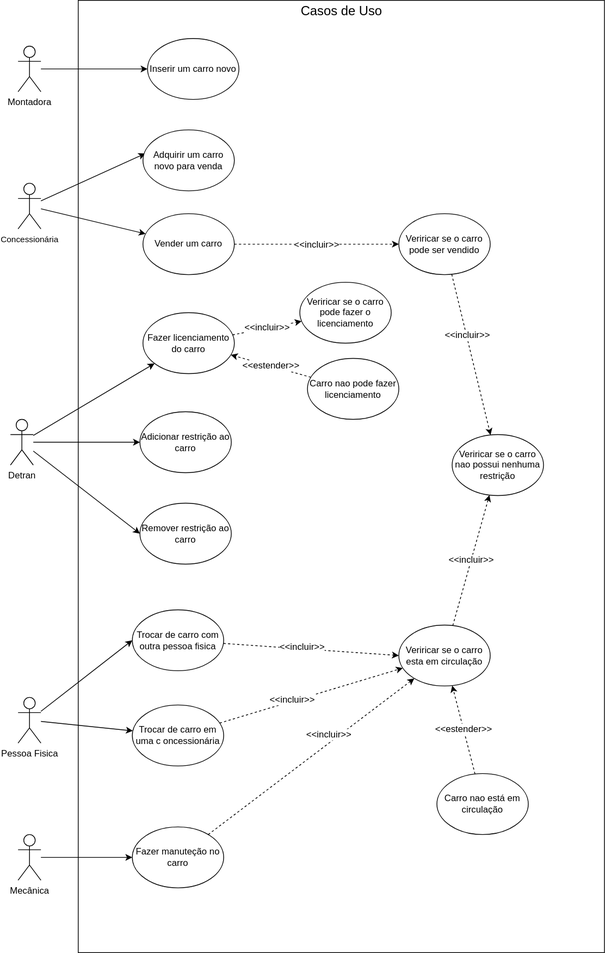
Earlier version of the draw.io export docs/diagrams/uml/use_cases.drawio.svg (yurihartmann/car_lifes_cycle_hyperledger_fabric). Source tidied: cells renumbered, new cells last; positions are measured from the earlier drawing's top-left corner, leaving out a move shared by most shapes.
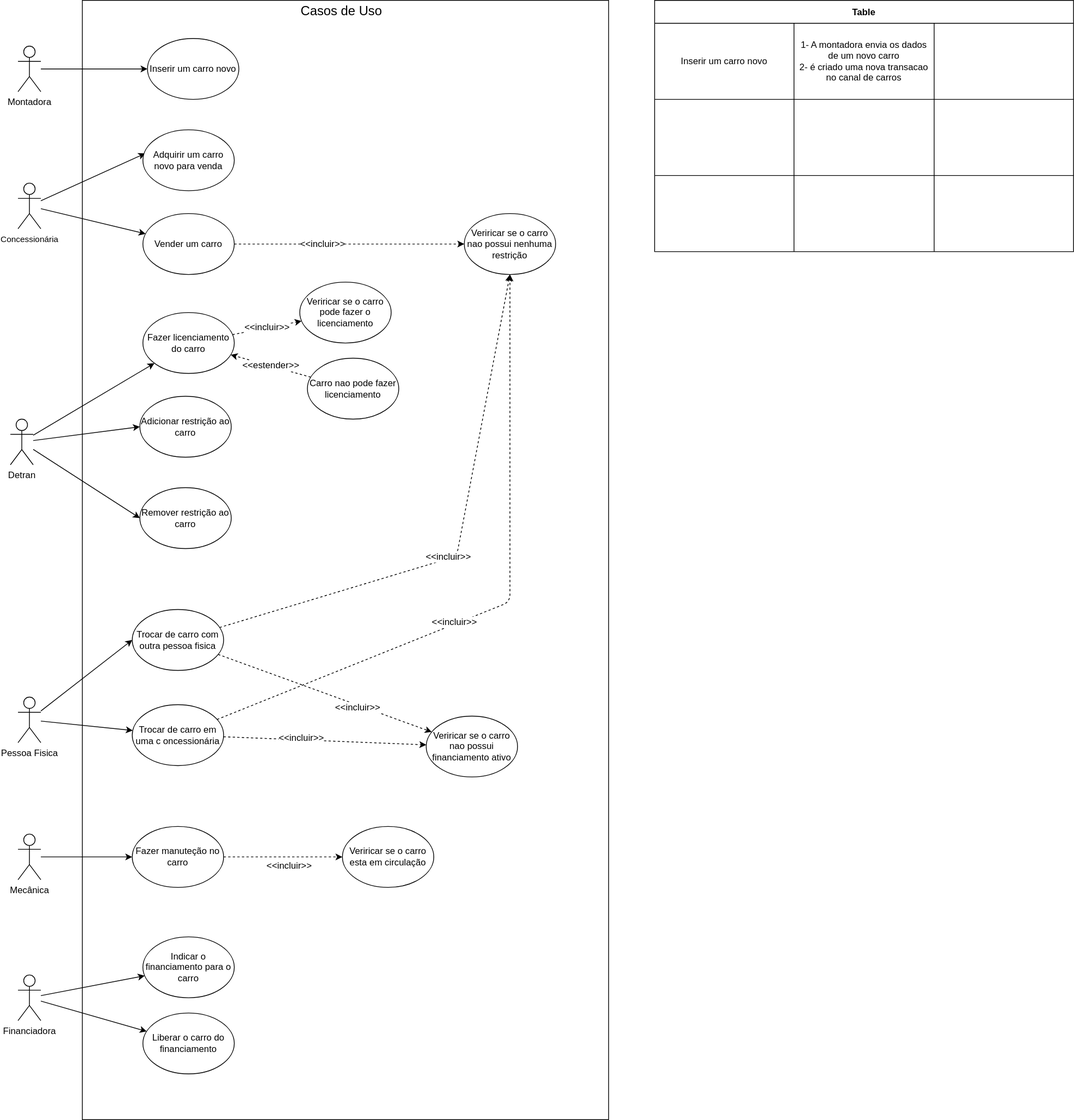
The same file after the commit.

Commit message:
Ajustes UML

Change to the diagram source:
```diff
@@ -3,7 +3,7 @@
     <mxCell id="0" />
     <mxCell id="1" parent="0" />
     <mxCell id="2" style="rounded=0;whiteSpace=wrap;html=1;" parent="1" vertex="1">
-      <mxGeometry x="89" width="691" height="1250" as="geometry" />
+      <mxGeometry x="94.5" width="691" height="1470" as="geometry" />
     </mxCell>
     <mxCell id="3" value="&lt;font style=&quot;font-size: 17px;&quot;&gt;Casos de Uso&lt;/font&gt;" style="text;html=1;strokeColor=none;fillColor=none;align=center;verticalAlign=middle;whiteSpace=wrap;rounded=0;" parent="1" vertex="1">
       <mxGeometry x="369.5" width="130" height="30" as="geometry" />
@@ -41,12 +41,12 @@
     <mxCell id="14" value="Mecânica" style="shape=umlActor;verticalLabelPosition=bottom;verticalAlign=top;html=1;outlineConnect=0;" parent="1" vertex="1">
       <mxGeometry x="10" y="1095" width="30" height="60" as="geometry" />
     </mxCell>
-    <mxCell id="15" style="edgeStyle=none;html=1;dashed=1;fontSize=12;" parent="1" edge="1" source="17" target="28">
+    <mxCell id="15" style="edgeStyle=none;html=1;dashed=1;fontSize=12;entryX=0;entryY=0.5;entryDx=0;entryDy=0;" parent="1" edge="1" source="17" target="28">
       <mxGeometry relative="1" as="geometry" />
     </mxCell>
     <mxCell id="16" value="&amp;lt;&amp;lt;incluir&amp;gt;&amp;gt;" style="edgeLabel;html=1;align=center;verticalAlign=middle;fontSize=12;" parent="15" vertex="1">
       <mxGeometry x="0.28" y="2" relative="1" as="geometry">
-        <mxPoint x="-15" y="2" as="offset" />
+        <mxPoint x="-15" y="13" as="offset" />
       </mxGeometry>
     </mxCell>
     <mxCell id="17" value="Fazer manuteção no carro" style="ellipse;whiteSpace=wrap;html=1;" parent="1" vertex="1">
@@ -61,30 +61,18 @@
     <mxCell id="20" value="&lt;span style=&quot;font-size: 11px; background-color: rgb(255, 255, 255);&quot;&gt;Concessionária&lt;/span&gt;" style="shape=umlActor;verticalLabelPosition=bottom;verticalAlign=top;html=1;outlineConnect=0;" parent="1" vertex="1">
       <mxGeometry x="10" y="240" width="30" height="60" as="geometry" />
     </mxCell>
-    <mxCell id="21" value="&lt;font style=&quot;font-size: 12px;&quot;&gt;&amp;lt;&amp;lt;incluir&amp;gt;&amp;gt;&lt;/font&gt;" style="edgeStyle=none;html=1;fontSize=17;dashed=1;" parent="1" edge="1" source="22" target="26">
-      <mxGeometry relative="1" as="geometry" />
-    </mxCell>
     <mxCell id="22" value="Vender um carro" style="ellipse;whiteSpace=wrap;html=1;" parent="1" vertex="1">
       <mxGeometry x="174" y="280" width="120" height="80" as="geometry" />
     </mxCell>
     <mxCell id="23" value="Adquirir um carro novo para venda" style="ellipse;whiteSpace=wrap;html=1;" parent="1" vertex="1">
       <mxGeometry x="174" y="170" width="120" height="80" as="geometry" />
     </mxCell>
-    <mxCell id="24" style="edgeStyle=none;html=1;dashed=1;fontSize=12;" parent="1" edge="1" source="26" target="39">
+    <mxCell id="24" style="edgeStyle=none;html=1;dashed=1;fontSize=12;exitX=1;exitY=0.5;exitDx=0;exitDy=0;" parent="1" edge="1" source="22" target="39">
       <mxGeometry relative="1" as="geometry" />
     </mxCell>
     <mxCell id="25" value="&amp;lt;&amp;lt;incluir&amp;gt;&amp;gt;" style="edgeLabel;html=1;align=center;verticalAlign=middle;fontSize=12;" parent="24" vertex="1">
       <mxGeometry x="-0.24" y="1" relative="1" as="geometry" />
     </mxCell>
-    <mxCell id="26" value="Veriricar se o carro pode ser vendido" style="ellipse;whiteSpace=wrap;html=1;" parent="1" vertex="1">
-      <mxGeometry x="510" y="280" width="120" height="80" as="geometry" />
-    </mxCell>
-    <mxCell id="27" value="&amp;lt;&amp;lt;incluir&amp;gt;&amp;gt;" style="edgeStyle=none;html=1;dashed=1;fontSize=12;" parent="1" edge="1" source="28" target="39">
-      <mxGeometry relative="1" as="geometry" />
-    </mxCell>
-    <mxCell id="28" value="Veriricar se o carro esta em circulação" style="ellipse;whiteSpace=wrap;html=1;" parent="1" vertex="1">
-      <mxGeometry x="510" y="820" width="120" height="80" as="geometry" />
-    </mxCell>
     <mxCell id="29" value="Veriricar se o carro pode fazer o licenciamento" style="ellipse;whiteSpace=wrap;html=1;" parent="1" vertex="1">
       <mxGeometry x="380" y="370" width="120" height="80" as="geometry" />
     </mxCell>
@@ -97,38 +85,52 @@
     <mxCell id="32" value="Pessoa Fisica" style="shape=umlActor;verticalLabelPosition=bottom;verticalAlign=top;html=1;outlineConnect=0;" parent="1" vertex="1">
       <mxGeometry x="10" y="915" width="30" height="60" as="geometry" />
     </mxCell>
-    <mxCell id="33" style="edgeStyle=none;html=1;entryX=0;entryY=0.5;entryDx=0;entryDy=0;dashed=1;fontSize=12;" parent="1" edge="1" source="35" target="28">
-      <mxGeometry relative="1" as="geometry" />
+    <mxCell id="33" style="edgeStyle=none;html=1;entryX=0.5;entryY=1;entryDx=0;entryDy=0;dashed=1;fontSize=12;" parent="1" edge="1" source="35" target="39">
+      <mxGeometry relative="1" as="geometry">
+        <Array as="points">
+          <mxPoint x="586" y="730" />
+        </Array>
+      </mxGeometry>
     </mxCell>
     <mxCell id="34" value="&amp;lt;&amp;lt;incluir&amp;gt;&amp;gt;" style="edgeLabel;html=1;align=center;verticalAlign=middle;fontSize=12;" parent="33" vertex="1">
       <mxGeometry x="-0.1" y="3" relative="1" as="geometry" />
     </mxCell>
+    <mxCell id="46" style="edgeStyle=none;html=1;dashed=1;" parent="1" edge="1" source="35" target="63">
+      <mxGeometry relative="1" as="geometry" />
+    </mxCell>
+    <mxCell id="47" value="&lt;span style=&quot;font-size: 12px;&quot;&gt;&amp;lt;&amp;lt;incluir&amp;gt;&amp;gt;&lt;/span&gt;" style="edgeLabel;html=1;align=center;verticalAlign=middle;" parent="46" vertex="1">
+      <mxGeometry x="0.31" y="-3" relative="1" as="geometry" />
+    </mxCell>
     <mxCell id="35" value="Trocar de carro com outra pessoa fisica" style="ellipse;whiteSpace=wrap;html=1;" parent="1" vertex="1">
       <mxGeometry x="160" y="800" width="120" height="80" as="geometry" />
     </mxCell>
-    <mxCell id="36" style="edgeStyle=none;html=1;dashed=1;fontSize=12;" parent="1" edge="1" source="38" target="28">
-      <mxGeometry relative="1" as="geometry" />
+    <mxCell id="36" style="edgeStyle=none;html=1;dashed=1;fontSize=12;entryX=0.5;entryY=1;entryDx=0;entryDy=0;" parent="1" edge="1" source="38" target="39">
+      <mxGeometry relative="1" as="geometry">
+        <Array as="points">
+          <mxPoint x="656" y="790" />
+        </Array>
+      </mxGeometry>
     </mxCell>
     <mxCell id="37" value="&amp;lt;&amp;lt;incluir&amp;gt;&amp;gt;" style="edgeLabel;html=1;align=center;verticalAlign=middle;fontSize=12;" parent="36" vertex="1">
       <mxGeometry x="-0.2" y="3" relative="1" as="geometry" />
     </mxCell>
+    <mxCell id="48" style="edgeStyle=none;html=1;dashed=1;" parent="1" edge="1" source="38" target="63">
+      <mxGeometry relative="1" as="geometry" />
+    </mxCell>
+    <mxCell id="49" value="&lt;span style=&quot;font-size: 12px;&quot;&gt;&amp;lt;&amp;lt;incluir&amp;gt;&amp;gt;&lt;/span&gt;" style="edgeLabel;html=1;align=center;verticalAlign=middle;" parent="48" vertex="1">
+      <mxGeometry x="-0.24" y="3" relative="1" as="geometry" />
+    </mxCell>
     <mxCell id="38" value="Trocar de carro em uma c&lt;span style=&quot;background-color: rgb(255, 255, 255);&quot;&gt;&lt;font style=&quot;font-size: 12px;&quot;&gt;oncessionária&lt;/font&gt;&lt;/span&gt;" style="ellipse;whiteSpace=wrap;html=1;" parent="1" vertex="1">
       <mxGeometry x="160" y="925" width="120" height="80" as="geometry" />
     </mxCell>
     <mxCell id="39" value="Veriricar se o carro nao possui nenhuma restrição" style="ellipse;whiteSpace=wrap;html=1;" parent="1" vertex="1">
-      <mxGeometry x="580" y="570" width="120" height="80" as="geometry" />
+      <mxGeometry x="596" y="280" width="120" height="80" as="geometry" />
     </mxCell>
-    <mxCell id="40" value="&amp;lt;&amp;lt;estender&amp;gt;&amp;gt;" style="edgeStyle=none;html=1;dashed=1;fontSize=12;" parent="1" edge="1" source="41" target="28">
-      <mxGeometry relative="1" as="geometry" />
-    </mxCell>
-    <mxCell id="41" value="Carro nao está em circulação" style="ellipse;whiteSpace=wrap;html=1;" parent="1" vertex="1">
-      <mxGeometry x="560" y="1015" width="120" height="80" as="geometry" />
-    </mxCell>
     <mxCell id="42" value="Adicionar restrição ao carro" style="ellipse;whiteSpace=wrap;html=1;" parent="1" vertex="1">
-      <mxGeometry x="170" y="540" width="120" height="80" as="geometry" />
+      <mxGeometry x="170" y="520" width="120" height="80" as="geometry" />
     </mxCell>
     <mxCell id="43" value="Remover restrição ao carro" style="ellipse;whiteSpace=wrap;html=1;" parent="1" vertex="1">
-      <mxGeometry x="170" y="660" width="120" height="80" as="geometry" />
+      <mxGeometry x="170" y="640" width="120" height="80" as="geometry" />
     </mxCell>
     <mxCell id="44" value="&amp;lt;&amp;lt;estender&amp;gt;&amp;gt;" style="edgeStyle=none;html=1;dashed=1;fontSize=12;" parent="1" edge="1" source="45" target="12">
       <mxGeometry relative="1" as="geometry" />
@@ -136,5 +138,65 @@
     <mxCell id="45" value="Carro nao pode fazer licenciamento" style="ellipse;whiteSpace=wrap;html=1;" parent="1" vertex="1">
       <mxGeometry x="390" y="470" width="120" height="80" as="geometry" />
     </mxCell>
+    <mxCell id="50" value="Table" style="shape=table;startSize=30;fontStyle=1;align=center;" parent="1" vertex="1">
+      <mxGeometry x="846" width="550" height="330" as="geometry" />
+    </mxCell>
+    <mxCell id="51" style="shape=tableRow;horizontal=0;startSize=0;swimlaneHead=0;swimlaneBody=0;top=0;left=0;bottom=0;right=0;fillColor=none;" parent="50" vertex="1">
+      <mxGeometry y="30" width="550" height="100" as="geometry" />
+    </mxCell>
+    <mxCell id="52" value="Inserir um carro novo" style="shape=partialRectangle;html=1;whiteSpace=wrap;fillColor=none;top=0;left=0;bottom=0;right=0;overflow=hidden;" parent="51" vertex="1">
+      <mxGeometry width="183" height="100" as="geometry" />
+    </mxCell>
+    <mxCell id="53" value="1- A montadora envia os dados de um novo carro&lt;br&gt;2- é criado uma nova transacao no canal de carros" style="shape=partialRectangle;html=1;whiteSpace=wrap;fillColor=none;top=0;left=0;bottom=0;right=0;overflow=hidden;" parent="51" vertex="1">
+      <mxGeometry x="183" width="184" height="100" as="geometry" />
+    </mxCell>
+    <mxCell id="54" style="shape=partialRectangle;html=1;whiteSpace=wrap;fillColor=none;top=0;left=0;bottom=0;right=0;overflow=hidden;" parent="51" vertex="1">
+      <mxGeometry x="367" width="183" height="100" as="geometry" />
+    </mxCell>
+    <mxCell id="55" style="shape=tableRow;horizontal=0;startSize=0;swimlaneHead=0;swimlaneBody=0;top=0;left=0;bottom=0;right=0;fillColor=none;" parent="50" vertex="1">
+      <mxGeometry y="130" width="550" height="100" as="geometry" />
+    </mxCell>
+    <mxCell id="56" style="shape=partialRectangle;html=1;whiteSpace=wrap;fillColor=none;top=0;left=0;bottom=0;right=0;overflow=hidden;" parent="55" vertex="1">
+      <mxGeometry width="183" height="100" as="geometry" />
+    </mxCell>
+    <mxCell id="57" style="shape=partialRectangle;html=1;whiteSpace=wrap;fillColor=none;top=0;left=0;bottom=0;right=0;overflow=hidden;" parent="55" vertex="1">
+      <mxGeometry x="183" width="184" height="100" as="geometry" />
+    </mxCell>
+    <mxCell id="58" style="shape=partialRectangle;html=1;whiteSpace=wrap;fillColor=none;top=0;left=0;bottom=0;right=0;overflow=hidden;" parent="55" vertex="1">
+      <mxGeometry x="367" width="183" height="100" as="geometry" />
+    </mxCell>
+    <mxCell id="59" style="shape=tableRow;horizontal=0;startSize=0;swimlaneHead=0;swimlaneBody=0;top=0;left=0;bottom=0;right=0;fillColor=none;" parent="50" vertex="1">
+      <mxGeometry y="230" width="550" height="100" as="geometry" />
+    </mxCell>
+    <mxCell id="60" style="shape=partialRectangle;html=1;whiteSpace=wrap;fillColor=none;top=0;left=0;bottom=0;right=0;overflow=hidden;" parent="59" vertex="1">
+      <mxGeometry width="183" height="100" as="geometry" />
+    </mxCell>
+    <mxCell id="61" style="shape=partialRectangle;html=1;whiteSpace=wrap;fillColor=none;top=0;left=0;bottom=0;right=0;overflow=hidden;" parent="59" vertex="1">
+      <mxGeometry x="183" width="184" height="100" as="geometry" />
+    </mxCell>
+    <mxCell id="62" style="shape=partialRectangle;html=1;whiteSpace=wrap;fillColor=none;top=0;left=0;bottom=0;right=0;overflow=hidden;" parent="59" vertex="1">
+      <mxGeometry x="367" width="183" height="100" as="geometry" />
+    </mxCell>
+    <mxCell id="28" value="Veriricar se o carro esta em circulação" style="ellipse;whiteSpace=wrap;html=1;" parent="1" vertex="1">
+      <mxGeometry x="436" y="1085" width="120" height="80" as="geometry" />
+    </mxCell>
+    <mxCell id="63" value="Veriricar se o carro nao possui financiamento ativo" style="ellipse;whiteSpace=wrap;html=1;" parent="1" vertex="1">
+      <mxGeometry x="546" y="940" width="120" height="80" as="geometry" />
+    </mxCell>
+    <mxCell id="64" style="edgeStyle=none;html=1;" parent="1" edge="1" source="66" target="67">
+      <mxGeometry relative="1" as="geometry" />
+    </mxCell>
+    <mxCell id="65" style="edgeStyle=none;html=1;" parent="1" edge="1" source="66" target="68">
+      <mxGeometry relative="1" as="geometry" />
+    </mxCell>
+    <mxCell id="66" value="Financiadora" style="shape=umlActor;verticalLabelPosition=bottom;verticalAlign=top;html=1;outlineConnect=0;" parent="1" vertex="1">
+      <mxGeometry x="10" y="1280" width="30" height="60" as="geometry" />
+    </mxCell>
+    <mxCell id="67" value="Indicar o financiamento para o carro" style="ellipse;whiteSpace=wrap;html=1;" parent="1" vertex="1">
+      <mxGeometry x="174" y="1230" width="120" height="80" as="geometry" />
+    </mxCell>
+    <mxCell id="68" value="Liberar o carro do financiamento" style="ellipse;whiteSpace=wrap;html=1;" parent="1" vertex="1">
+      <mxGeometry x="174" y="1330" width="120" height="80" as="geometry" />
+    </mxCell>
   </root>
 </mxGraphModel>
```
